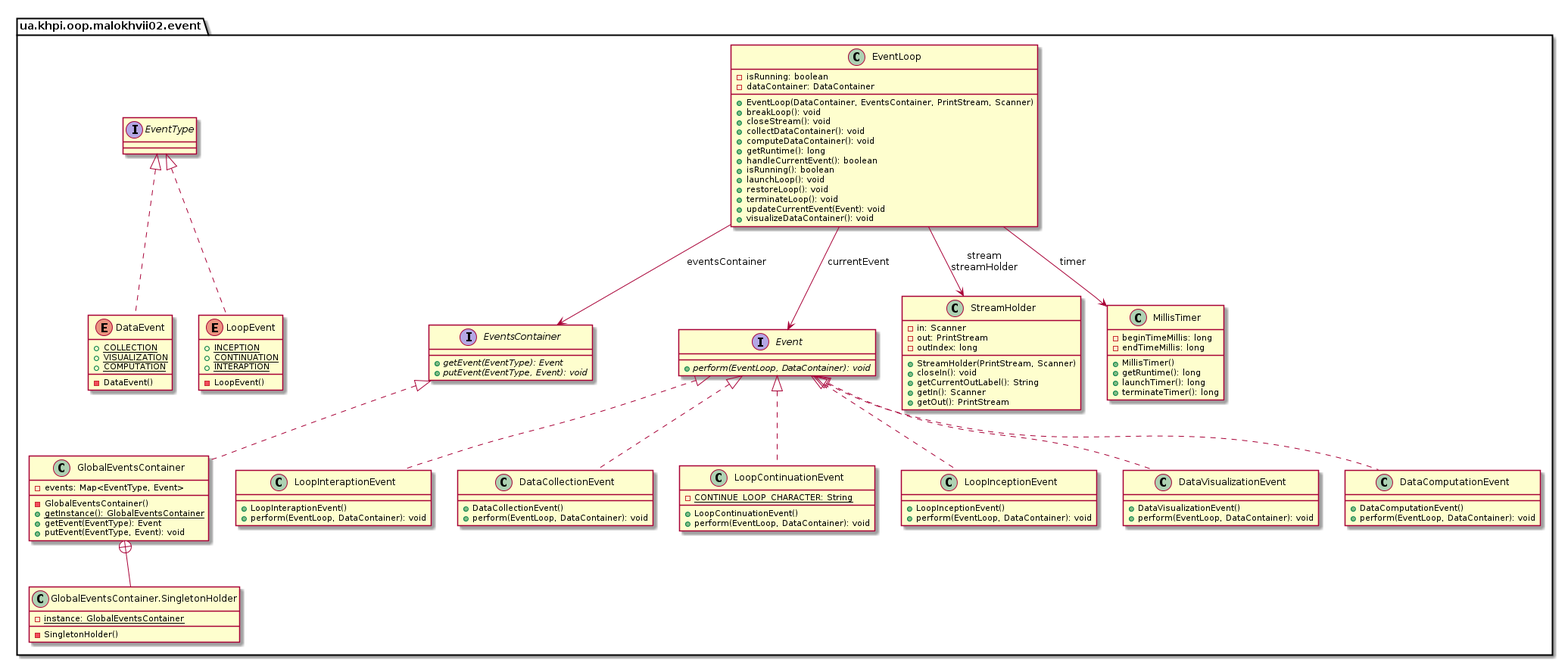
The PlantUML diagram malokhvii-eduard/malokhvii02/doc/plantuml/png/ua.khpi.oop.malokhvii02.event.package.png in P-Kalin/kit26a, before a commit.
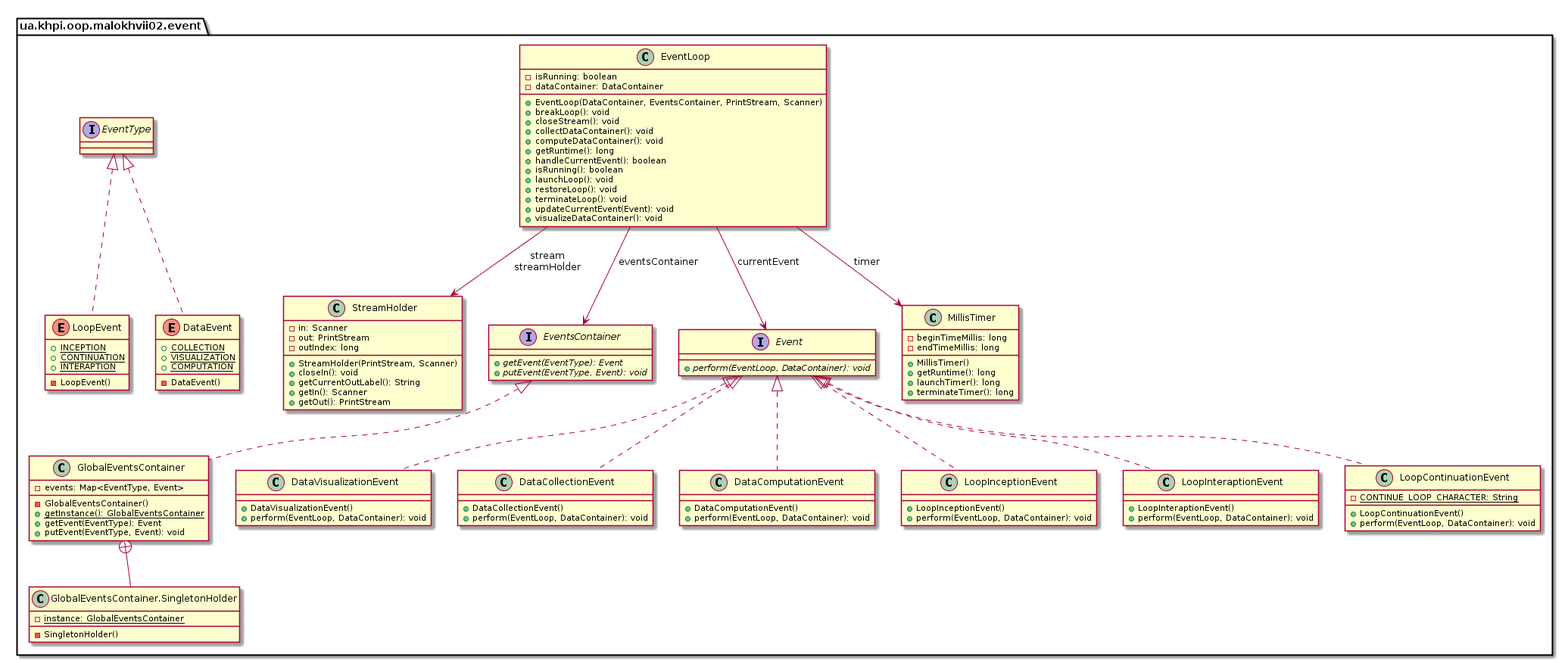
The same diagram one commit later.

Change to the diagram source:
```diff
@@ -2,47 +2,8 @@
 
     namespace ua.khpi.oop.malokhvii02.event {
 
-        enum DataEvent {
-            {static} +COLLECTION
-            {static} +VISUALIZATION
-            {static} +COMPUTATION
-            -DataEvent()
-        }
-
-        class LoopInteraptionEvent {
-            +LoopInteraptionEvent()
-            +perform(EventLoop, DataContainer): void
-        }
-
-        interface EventsContainer {
-            {abstract} +getEvent(EventType): Event
-            {abstract} +putEvent(EventType, Event): void
-        }
-
-        interface Event {
-            {abstract} +perform(EventLoop, DataContainer): void
-        }
-
-        class DataCollectionEvent {
-            +DataCollectionEvent()
-            +perform(EventLoop, DataContainer): void
-        }
-
-        class LoopContinuationEvent {
-            {static} -CONTINUE_LOOP_CHARACTER: String
-            +LoopContinuationEvent()
-            +perform(EventLoop, DataContainer): void
-        }
-
-        enum LoopEvent {
-            {static} +INCEPTION
-            {static} +CONTINUATION
-            {static} +INTERAPTION
-            -LoopEvent()
-        }
-
-        class LoopInceptionEvent {
-            +LoopInceptionEvent()
+        class DataVisualizationEvent {
+            +DataVisualizationEvent()
             +perform(EventLoop, DataContainer): void
         }
 
@@ -55,6 +16,64 @@
             +getCurrentOutLabel(): String
             +getIn(): Scanner
             +getOut(): PrintStream
+        }
+
+        class DataCollectionEvent {
+            +DataCollectionEvent()
+            +perform(EventLoop, DataContainer): void
+        }
+
+        interface EventsContainer {
+            {abstract} +getEvent(EventType): Event
+            {abstract} +putEvent(EventType, Event): void
+        }
+
+        class DataComputationEvent {
+            +DataComputationEvent()
+            +perform(EventLoop, DataContainer): void
+        }
+
+        class LoopInceptionEvent {
+            +LoopInceptionEvent()
+            +perform(EventLoop, DataContainer): void
+        }
+
+        class LoopInteraptionEvent {
+            +LoopInteraptionEvent()
+            +perform(EventLoop, DataContainer): void
+        }
+
+        enum LoopEvent {
+            {static} +INCEPTION
+            {static} +CONTINUATION
+            {static} +INTERAPTION
+            -LoopEvent()
+        }
+
+        interface Event {
+            {abstract} +perform(EventLoop, DataContainer): void
+        }
+
+        class GlobalEventsContainer {
+            -events: Map<EventType, Event>
+            -GlobalEventsContainer()
+            {static} +getInstance(): GlobalEventsContainer
+            +getEvent(EventType): Event
+            +putEvent(EventType, Event): void
+        }
+
+        class ua.khpi.oop.malokhvii02.event.GlobalEventsContainer.SingletonHolder {
+            {static} -instance: GlobalEventsContainer
+            -SingletonHolder()
+        }
+
+        class MillisTimer {
+            -beginTimeMillis: long
+            -endTimeMillis: long
+            +MillisTimer()
+            +getRuntime(): long
+            +launchTimer(): long
+            +terminateTimer(): long
         }
 
         class EventLoop {
@@ -75,60 +94,41 @@
             +visualizeDataContainer(): void
         }
 
-        class DataVisualizationEvent {
-            +DataVisualizationEvent()
+        class LoopContinuationEvent {
+            {static} -CONTINUE_LOOP_CHARACTER: String
+            +LoopContinuationEvent()
             +perform(EventLoop, DataContainer): void
         }
 
         interface EventType {
         }
 
-        class GlobalEventsContainer {
-            -events: Map<EventType, Event>
-            -GlobalEventsContainer()
-            {static} +getInstance(): GlobalEventsContainer
-            +getEvent(EventType): Event
-            +putEvent(EventType, Event): void
+        enum DataEvent {
+            {static} +COLLECTION
+            {static} +VISUALIZATION
+            {static} +COMPUTATION
+            -DataEvent()
         }
 
-        class ua.khpi.oop.malokhvii02.event.GlobalEventsContainer.SingletonHolder {
-            {static} -instance: GlobalEventsContainer
-            -SingletonHolder()
-        }
+        Event <|.. DataVisualizationEvent
 
-        class DataComputationEvent {
-            +DataComputationEvent()
-            +perform(EventLoop, DataContainer): void
-        }
+        Event <|.. DataCollectionEvent
 
-        class MillisTimer {
-            -beginTimeMillis: long
-            -endTimeMillis: long
-            +MillisTimer()
-            +getRuntime(): long
-            +launchTimer(): long
-            +terminateTimer(): long
-        }
+        Event <|.. DataComputationEvent
 
-        EventType <|.. DataEvent
+        Event <|.. LoopInceptionEvent
 
         Event <|.. LoopInteraptionEvent
 
-        Event <|.. DataCollectionEvent
-
-        Event <|.. LoopContinuationEvent
-
         EventType <|.. LoopEvent
-
-        Event <|.. LoopInceptionEvent
-
-        Event <|.. DataVisualizationEvent
 
         EventsContainer <|.. GlobalEventsContainer
 
         GlobalEventsContainer +-- ua.khpi.oop.malokhvii02.event.GlobalEventsContainer.SingletonHolder
 
-        Event <|.. DataComputationEvent
+        Event <|.. LoopContinuationEvent
+
+        EventType <|.. DataEvent
 
         EventLoop --> EventsContainer: eventsContainer
 
```
